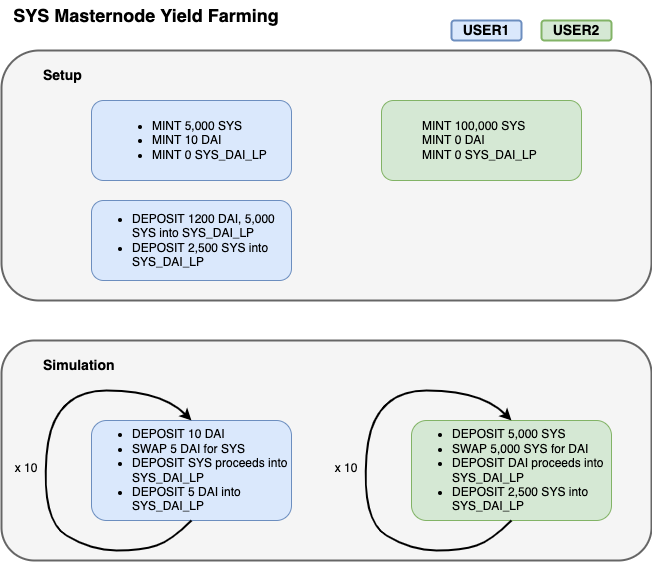
Before: images/jupyter/tutorials/masternode_nft.png, a diagram exported from draw.io (syscoin/daosys). Source tidied: cells renumbered, new cells last; positions are measured from the earlier drawing's top-left corner, leaving out a move shared by most shapes. The source it was exported from:
```xml
<mxGraphModel>
  <root>
    <mxCell id="0" />
    <mxCell id="1" parent="0" />
    <mxCell id="2" style="rounded=1;whiteSpace=wrap;html=1;fillColor=#f5f5f5;fontColor=#333333;strokeColor=#666666;strokeWidth=2;" parent="1" vertex="1">
      <mxGeometry y="50" width="650" height="250" as="geometry" />
    </mxCell>
    <mxCell id="3" style="rounded=1;whiteSpace=wrap;html=1;fillColor=#f5f5f5;fontColor=#333333;strokeColor=#666666;strokeWidth=2;" parent="1" vertex="1">
      <mxGeometry y="340" width="650" height="220" as="geometry" />
    </mxCell>
    <mxCell id="4" value="&lt;div style=&quot;text-align: left;&quot;&gt;&lt;ul&gt;&lt;li&gt;&lt;span style=&quot;background-color: initial;&quot;&gt;MINT 5,000 SYS&lt;/span&gt;&lt;/li&gt;&lt;li&gt;&lt;span style=&quot;background-color: initial;&quot;&gt;MINT 10 DAI&lt;/span&gt;&lt;br&gt;&lt;/li&gt;&lt;li&gt;&lt;span style=&quot;background-color: initial;&quot;&gt;MINT 0 SYS_DAI_LP&amp;nbsp;&lt;/span&gt;&lt;br&gt;&lt;/li&gt;&lt;/ul&gt;&lt;/div&gt;" style="rounded=1;whiteSpace=wrap;html=1;align=center;fillColor=#dae8fc;strokeColor=#6c8ebf;" parent="1" vertex="1">
      <mxGeometry x="90" y="100" width="200" height="80" as="geometry" />
    </mxCell>
    <mxCell id="5" value="&lt;div style=&quot;text-align: left;&quot;&gt;&lt;span style=&quot;background-color: initial;&quot;&gt;MINT 100,000 SYS&lt;/span&gt;&lt;/div&gt;&lt;div style=&quot;text-align: left;&quot;&gt;&lt;span style=&quot;background-color: initial;&quot;&gt;MINT 0 DAI&lt;/span&gt;&lt;/div&gt;&lt;div style=&quot;text-align: left;&quot;&gt;&lt;span style=&quot;background-color: initial;&quot;&gt;MINT 0 SYS_DAI_LP&amp;nbsp;&lt;/span&gt;&lt;/div&gt;" style="rounded=1;whiteSpace=wrap;html=1;fillColor=#d5e8d4;strokeColor=#82b366;" parent="1" vertex="1">
      <mxGeometry x="380" y="100" width="200" height="80" as="geometry" />
    </mxCell>
    <mxCell id="6" value="&lt;div style=&quot;text-align: left;&quot;&gt;&lt;ul&gt;&lt;li&gt;&lt;span style=&quot;background-color: initial;&quot;&gt;DEPOSIT 1200 DAI, 5,000 SYS&amp;nbsp;&lt;/span&gt;into SYS_DAI_LP&lt;/li&gt;&lt;li&gt;DEPOSIT 2,500 SYS into SYS_DAI_LP&lt;/li&gt;&lt;/ul&gt;&lt;/div&gt;" style="rounded=1;whiteSpace=wrap;html=1;align=center;fillColor=#dae8fc;strokeColor=#6c8ebf;" parent="1" vertex="1">
      <mxGeometry x="90" y="200" width="200" height="80" as="geometry" />
    </mxCell>
    <mxCell id="7" value="&lt;div style=&quot;text-align: left;&quot;&gt;&lt;ul&gt;&lt;li&gt;DEPOSIT 5,000 SYS&lt;/li&gt;&lt;li&gt;SWAP 5,000 SYS for DAI&lt;/li&gt;&lt;li&gt;DEPOSIT DAI proceeds into SYS_DAI_LP&lt;/li&gt;&lt;li&gt;DEPOSIT 2,500 SYS into SYS_DAI_LP&lt;/li&gt;&lt;/ul&gt;&lt;/div&gt;" style="rounded=1;whiteSpace=wrap;html=1;align=center;fillColor=#d5e8d4;strokeColor=#82b366;" parent="1" vertex="1">
      <mxGeometry x="410" y="420" width="200" height="100" as="geometry" />
    </mxCell>
    <mxCell id="8" value="&lt;div style=&quot;text-align: left;&quot;&gt;&lt;ul&gt;&lt;li&gt;DEPOSIT 10 DAI&lt;/li&gt;&lt;li&gt;SWAP 5 DAI&amp;nbsp;for SYS&lt;/li&gt;&lt;li&gt;DEPOSIT SYS proceeds into SYS_DAI_LP&lt;/li&gt;&lt;li&gt;DEPOSIT 5 DAI into SYS_DAI_LP&lt;/li&gt;&lt;/ul&gt;&lt;/div&gt;" style="rounded=1;whiteSpace=wrap;html=1;align=center;fillColor=#dae8fc;strokeColor=#6c8ebf;" parent="1" vertex="1">
      <mxGeometry x="90" y="420" width="200" height="100" as="geometry" />
    </mxCell>
    <mxCell id="9" style="curved=1;endArrow=classic;html=1;rounded=0;exitX=0.5;exitY=1;exitDx=0;exitDy=0;entryX=0.5;entryY=0;entryDx=0;entryDy=0;strokeWidth=2;" parent="1" edge="1">
      <mxGeometry relative="1" as="geometry">
        <mxPoint x="510" y="520" as="sourcePoint" />
        <mxPoint x="510" y="420" as="targetPoint" />
        <Array as="points">
          <mxPoint x="490" y="540" />
          <mxPoint x="460" y="550" />
          <mxPoint x="410" y="550" />
          <mxPoint x="360" y="520" />
          <mxPoint x="370" y="390" />
          <mxPoint x="480" y="390" />
        </Array>
      </mxGeometry>
    </mxCell>
    <mxCell id="10" style="curved=1;endArrow=classic;html=1;rounded=0;exitX=0.5;exitY=1;exitDx=0;exitDy=0;entryX=0.5;entryY=0;entryDx=0;entryDy=0;strokeWidth=2;" parent="1" edge="1">
      <mxGeometry relative="1" as="geometry">
        <mxPoint x="190" y="520" as="sourcePoint" />
        <mxPoint x="190" y="420" as="targetPoint" />
        <Array as="points">
          <mxPoint x="170" y="540" />
          <mxPoint x="140" y="550" />
          <mxPoint x="90" y="550" />
          <mxPoint x="40" y="520" />
          <mxPoint x="50" y="390" />
          <mxPoint x="160" y="390" />
        </Array>
      </mxGeometry>
    </mxCell>
    <mxCell id="11" value="&lt;b&gt;&lt;font style=&quot;font-size: 14px;&quot;&gt;Setup&lt;/font&gt;&lt;/b&gt;" style="text;html=1;strokeColor=none;fillColor=none;align=left;verticalAlign=middle;whiteSpace=wrap;rounded=0;" parent="1" vertex="1">
      <mxGeometry x="40" y="60" width="100" height="30" as="geometry" />
    </mxCell>
    <mxCell id="12" value="&lt;b&gt;&lt;font style=&quot;font-size: 14px;&quot;&gt;Simulation&lt;/font&gt;&lt;/b&gt;" style="text;html=1;strokeColor=none;fillColor=none;align=left;verticalAlign=middle;whiteSpace=wrap;rounded=0;" parent="1" vertex="1">
      <mxGeometry x="40" y="350" width="100" height="30" as="geometry" />
    </mxCell>
    <mxCell id="13" value="&lt;b&gt;USER1&lt;/b&gt;" style="rounded=1;whiteSpace=wrap;html=1;fontSize=14;strokeWidth=2;fillColor=#dae8fc;strokeColor=#6c8ebf;" parent="1" vertex="1">
      <mxGeometry x="450" y="20" width="70" height="20" as="geometry" />
    </mxCell>
    <mxCell id="14" value="&lt;b&gt;USER2&lt;/b&gt;" style="rounded=1;whiteSpace=wrap;html=1;fontSize=14;strokeWidth=2;fillColor=#d5e8d4;strokeColor=#82b366;" parent="1" vertex="1">
      <mxGeometry x="540" y="20" width="70" height="20" as="geometry" />
    </mxCell>
    <mxCell id="15" value="&lt;font style=&quot;font-size: 18px;&quot;&gt;&lt;b&gt;SYS Masternode Yield Farming&lt;/b&gt;&lt;/font&gt;" style="text;html=1;strokeColor=none;fillColor=none;align=center;verticalAlign=middle;whiteSpace=wrap;rounded=0;fontSize=14;" parent="1" vertex="1">
      <mxGeometry x="10" width="270" height="30" as="geometry" />
    </mxCell>
    <mxCell id="16" value="&lt;font style=&quot;font-size: 12px;&quot;&gt;x 10&lt;/font&gt;" style="text;html=1;strokeColor=none;fillColor=none;align=center;verticalAlign=middle;whiteSpace=wrap;rounded=0;fontSize=18;" parent="1" vertex="1">
      <mxGeometry x="10" y="450" width="30" height="30" as="geometry" />
    </mxCell>
    <mxCell id="17" value="&lt;font style=&quot;font-size: 12px;&quot;&gt;x 10&lt;/font&gt;" style="text;html=1;strokeColor=none;fillColor=none;align=center;verticalAlign=middle;whiteSpace=wrap;rounded=0;fontSize=18;" parent="1" vertex="1">
      <mxGeometry x="330" y="450" width="30" height="30" as="geometry" />
    </mxCell>
  </root>
</mxGraphModel>
```
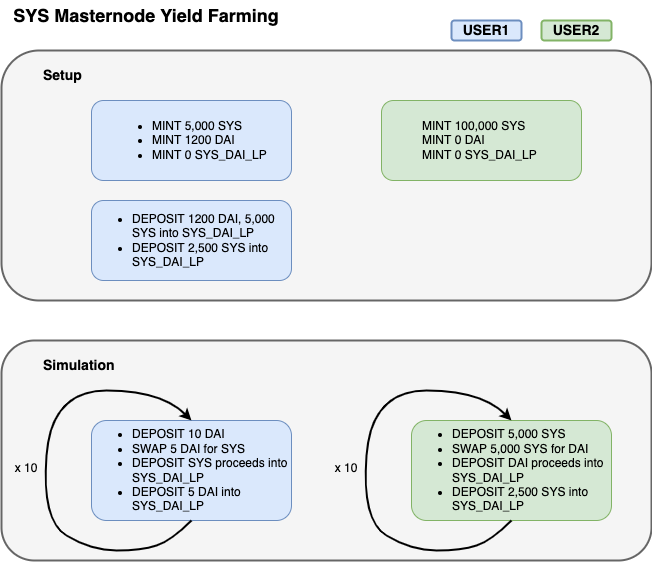
After the commit.

The edit, as a diff of the source:
```diff
@@ -8,7 +8,7 @@
     <mxCell id="3" style="rounded=1;whiteSpace=wrap;html=1;fillColor=#f5f5f5;fontColor=#333333;strokeColor=#666666;strokeWidth=2;" parent="1" vertex="1">
       <mxGeometry y="340" width="650" height="220" as="geometry" />
     </mxCell>
-    <mxCell id="4" value="&lt;div style=&quot;text-align: left;&quot;&gt;&lt;ul&gt;&lt;li&gt;&lt;span style=&quot;background-color: initial;&quot;&gt;MINT 5,000 SYS&lt;/span&gt;&lt;/li&gt;&lt;li&gt;&lt;span style=&quot;background-color: initial;&quot;&gt;MINT 10 DAI&lt;/span&gt;&lt;br&gt;&lt;/li&gt;&lt;li&gt;&lt;span style=&quot;background-color: initial;&quot;&gt;MINT 0 SYS_DAI_LP&amp;nbsp;&lt;/span&gt;&lt;br&gt;&lt;/li&gt;&lt;/ul&gt;&lt;/div&gt;" style="rounded=1;whiteSpace=wrap;html=1;align=center;fillColor=#dae8fc;strokeColor=#6c8ebf;" parent="1" vertex="1">
+    <mxCell id="4" value="&lt;div style=&quot;text-align: left;&quot;&gt;&lt;ul&gt;&lt;li&gt;&lt;span style=&quot;background-color: initial;&quot;&gt;MINT 5,000 SYS&lt;/span&gt;&lt;/li&gt;&lt;li&gt;&lt;span style=&quot;background-color: initial;&quot;&gt;MINT 1200 DAI&lt;/span&gt;&lt;br&gt;&lt;/li&gt;&lt;li&gt;&lt;span style=&quot;background-color: initial;&quot;&gt;MINT 0 SYS_DAI_LP&amp;nbsp;&lt;/span&gt;&lt;br&gt;&lt;/li&gt;&lt;/ul&gt;&lt;/div&gt;" style="rounded=1;whiteSpace=wrap;html=1;align=center;fillColor=#dae8fc;strokeColor=#6c8ebf;" parent="1" vertex="1">
       <mxGeometry x="90" y="100" width="200" height="80" as="geometry" />
     </mxCell>
     <mxCell id="5" value="&lt;div style=&quot;text-align: left;&quot;&gt;&lt;span style=&quot;background-color: initial;&quot;&gt;MINT 100,000 SYS&lt;/span&gt;&lt;/div&gt;&lt;div style=&quot;text-align: left;&quot;&gt;&lt;span style=&quot;background-color: initial;&quot;&gt;MINT 0 DAI&lt;/span&gt;&lt;/div&gt;&lt;div style=&quot;text-align: left;&quot;&gt;&lt;span style=&quot;background-color: initial;&quot;&gt;MINT 0 SYS_DAI_LP&amp;nbsp;&lt;/span&gt;&lt;/div&gt;" style="rounded=1;whiteSpace=wrap;html=1;fillColor=#d5e8d4;strokeColor=#82b366;" parent="1" vertex="1">
```
